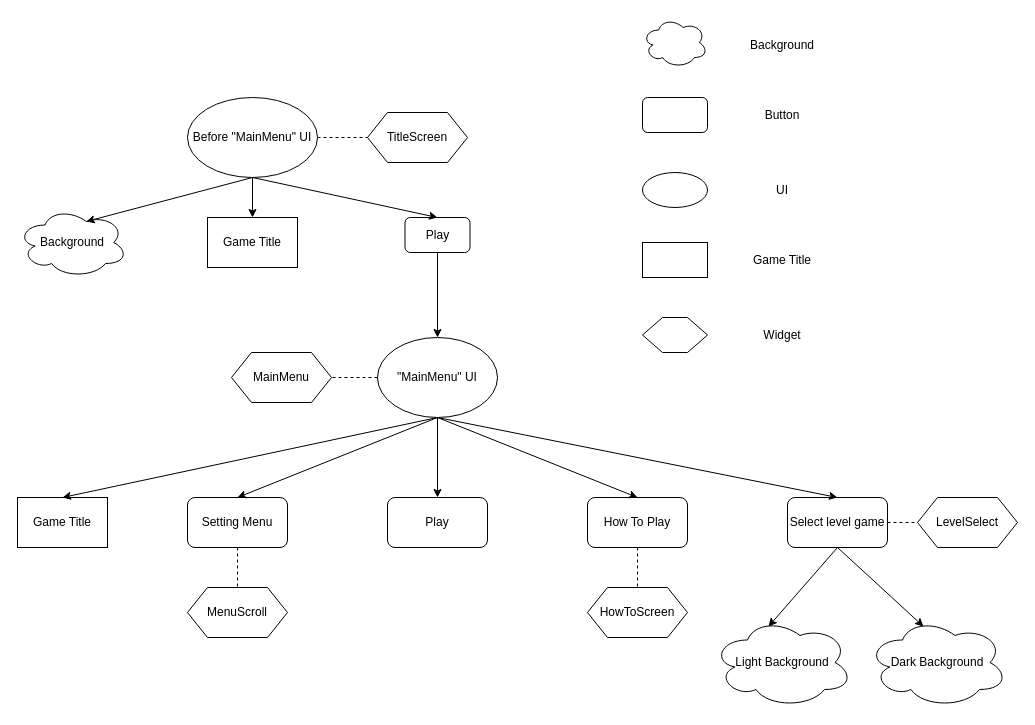
Before: page "Main Menu" (1 of 2) of MainMenu.drawio in HungBuii/PuzzleMatch3, a draw.io diagram. Source tidied: cells renumbered, new cells numbered last; positions are measured from the earlier drawing's top-left corner, leaving out a move shared by most shapes. Both pictures are drawn from the tidied source at 100%, with x=0, y=0 at pixel (17, 17).
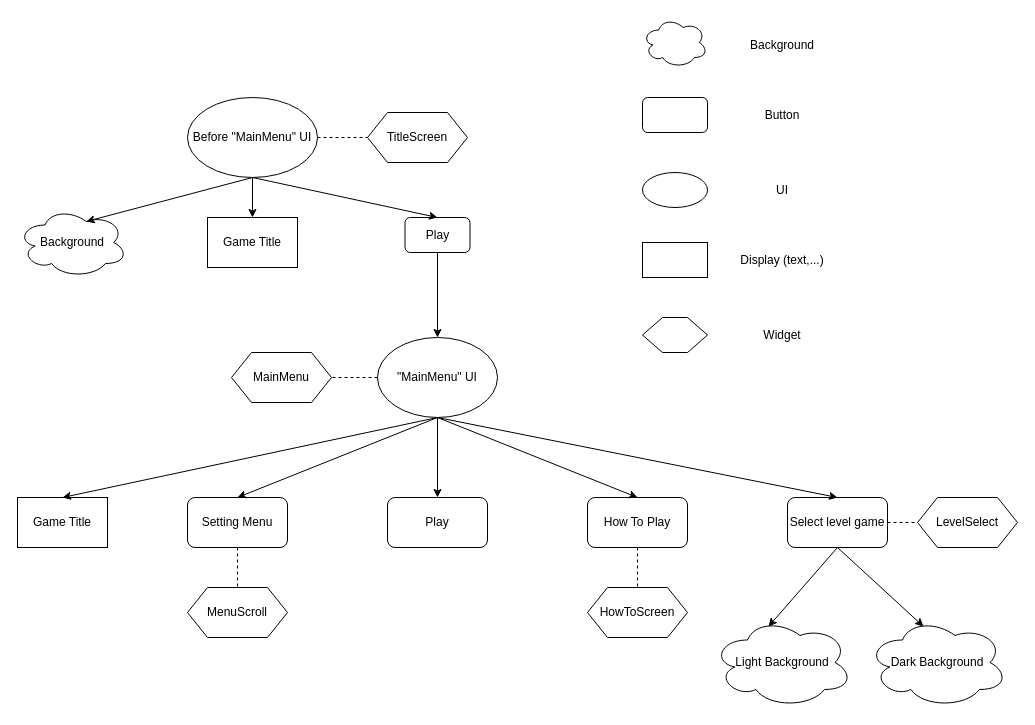
The same page after the edit.

Diff of the diagram source:
```diff
@@
-    <mxCell id="28" value="Game Title" style="text;html=1;whiteSpace=wrap;strokeColor=none;fillColor=none;align=center;verticalAlign=middle;rounded=0;" parent="1" vertex="1">
+    <mxCell id="28" value="Display (text,...)" style="text;html=1;whiteSpace=wrap;strokeColor=none;fillColor=none;align=center;verticalAlign=middle;rounded=0;" parent="1" vertex="1">
       <mxGeometry x="710" y="225" width="110" height="35" as="geometry" />
     </mxCell>
```
